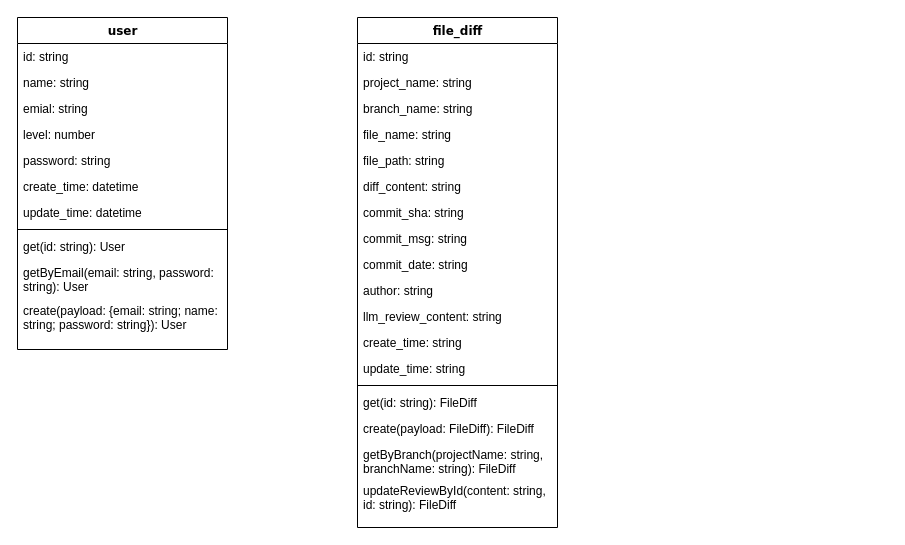
Before: chatgpt-codereview-db.drawio in leishuimiao/drawio, a draw.io diagram. Source tidied: cells renumbered, new cells numbered last; positions are measured from the earlier drawing's top-left corner, leaving out a move shared by most shapes. Both pictures are drawn from the tidied source at 100%, with x=0, y=0 at pixel (17, 17).
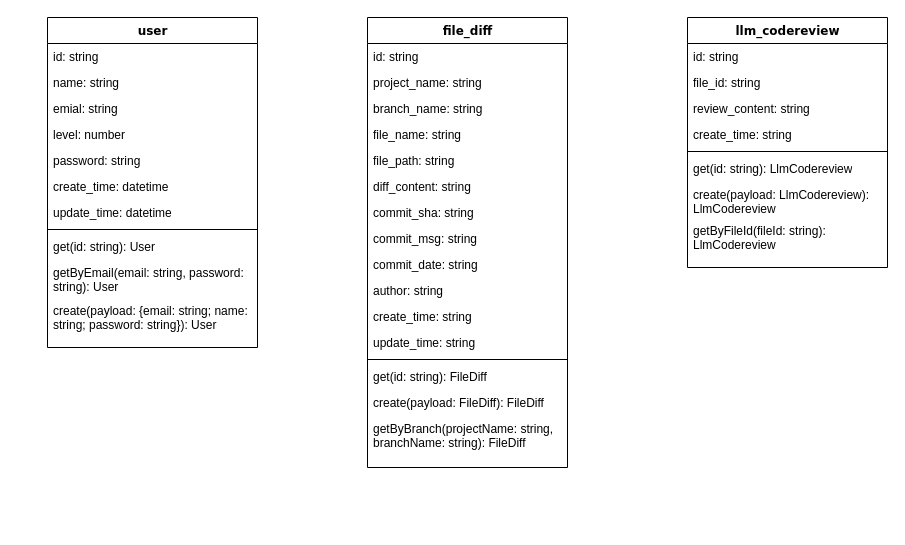
Above is the later version.

Change to the diagram source:
```diff
@@
     <mxCell id="2" value="user" style="swimlane;html=1;fontStyle=1;align=center;verticalAlign=top;horizontal=1;startSize=26;swimlaneFillColor=#ffffff;rounded=0;shadow=0;comic=0;labelBackgroundColor=none;strokeWidth=1;fillColor=none;fontFamily=Verdana;fontSize=12;" parent="1" vertex="1">
-      <mxGeometry width="210" height="332" as="geometry" />
+      <mxGeometry x="30" width="210" height="330" as="geometry" />
     </mxCell>
@@
     <mxCell id="13" value="create(payload: {email: string; name: string; password: string}): User" style="text;html=1;strokeColor=none;fillColor=none;align=left;verticalAlign=top;spacingLeft=4;spacingRight=4;whiteSpace=wrap;overflow=hidden;" parent="2" vertex="1">
-      <mxGeometry y="280" width="210" height="52" as="geometry" />
+      <mxGeometry y="280" width="210" height="40" as="geometry" />
     </mxCell>
     <mxCell id="14" value="file_diff" style="swimlane;html=1;fontStyle=1;align=center;verticalAlign=top;horizontal=1;startSize=26;swimlaneFillColor=#ffffff;rounded=0;shadow=0;comic=0;labelBackgroundColor=none;strokeWidth=1;fillColor=none;fontFamily=Verdana;fontSize=12;" parent="1" vertex="1">
-      <mxGeometry x="340" width="200" height="510" as="geometry" />
+      <mxGeometry x="350" width="200" height="450" as="geometry" />
     </mxCell>
@@
-    <mxCell id="25" value="llm_review_content: string" style="text;html=1;strokeColor=none;fillColor=none;align=left;verticalAlign=top;spacingLeft=4;spacingRight=4;whiteSpace=wrap;overflow=hidden;" parent="14" vertex="1">
-      <mxGeometry y="286" width="200" height="26" as="geometry" />
-    </mxCell>
     <mxCell id="26" value="create_time: string" style="text;html=1;strokeColor=none;fillColor=none;align=left;verticalAlign=top;spacingLeft=4;spacingRight=4;whiteSpace=wrap;overflow=hidden;" parent="14" vertex="1">
-      <mxGeometry y="312" width="200" height="26" as="geometry" />
+      <mxGeometry y="286" width="200" height="26" as="geometry" />
     </mxCell>
     <mxCell id="27" value="update_time: string" style="text;html=1;strokeColor=none;fillColor=none;align=left;verticalAlign=top;spacingLeft=4;spacingRight=4;whiteSpace=wrap;overflow=hidden;" parent="14" vertex="1">
-      <mxGeometry y="338" width="200" height="26" as="geometry" />
+      <mxGeometry y="312" width="200" height="26" as="geometry" />
     </mxCell>
     <mxCell id="28" style="line;html=1;strokeWidth=1;fillColor=none;align=left;verticalAlign=middle;spacingTop=-1;spacingLeft=3;spacingRight=3;labelPosition=right;" parent="14" vertex="1">
-      <mxGeometry y="364" width="200" height="8" as="geometry" />
+      <mxGeometry y="338" width="200" height="8" as="geometry" />
     </mxCell>
     <mxCell id="29" value="get(id: string): FileDiff" style="text;html=1;strokeColor=none;fillColor=none;align=left;verticalAlign=top;spacingLeft=4;spacingRight=4;whiteSpace=wrap;overflow=hidden;" parent="14" vertex="1">
-      <mxGeometry y="372" width="200" height="26" as="geometry" />
+      <mxGeometry y="346" width="200" height="26" as="geometry" />
     </mxCell>
     <mxCell id="30" value="create(payload: FileDiff): FileDiff" style="text;html=1;strokeColor=none;fillColor=none;align=left;verticalAlign=top;spacingLeft=4;spacingRight=4;whiteSpace=wrap;overflow=hidden;" parent="14" vertex="1">
-      <mxGeometry y="398" width="200" height="26" as="geometry" />
+      <mxGeometry y="372" width="200" height="26" as="geometry" />
     </mxCell>
     <mxCell id="31" value="getByBranch(projectName: string, branchName: string): FileDiff" style="text;html=1;strokeColor=none;fillColor=none;align=left;verticalAlign=top;spacingLeft=4;spacingRight=4;whiteSpace=wrap;overflow=hidden;" parent="14" vertex="1">
-      <mxGeometry y="424" width="200" height="36" as="geometry" />
+      <mxGeometry y="398" width="200" height="36" as="geometry" />
     </mxCell>
-    <mxCell id="32" value="updateReviewById(content: string, id: string): FileDiff" style="text;html=1;strokeColor=none;fillColor=none;align=left;verticalAlign=top;spacingLeft=4;spacingRight=4;whiteSpace=wrap;overflow=hidden;" parent="14" vertex="1">
-      <mxGeometry y="460" width="200" height="40" as="geometry" />
-    </mxCell>
+    <mxCell id="33" value="llm_codereview" style="swimlane;html=1;fontStyle=1;align=center;verticalAlign=top;horizontal=1;startSize=26;swimlaneFillColor=#ffffff;rounded=0;shadow=0;comic=0;labelBackgroundColor=none;strokeWidth=1;fillColor=none;fontFamily=Verdana;fontSize=12;" parent="1" vertex="1">
+      <mxGeometry x="670" width="200" height="250" as="geometry" />
+    </mxCell>
+    <mxCell id="34" value="id: string" style="text;html=1;strokeColor=none;fillColor=none;align=left;verticalAlign=top;spacingLeft=4;spacingRight=4;whiteSpace=wrap;overflow=hidden;" parent="33" vertex="1">
+      <mxGeometry y="26" width="200" height="26" as="geometry" />
+    </mxCell>
+    <mxCell id="35" value="file_id: string" style="text;html=1;strokeColor=none;fillColor=none;align=left;verticalAlign=top;spacingLeft=4;spacingRight=4;whiteSpace=wrap;overflow=hidden;" parent="33" vertex="1">
+      <mxGeometry y="52" width="200" height="26" as="geometry" />
+    </mxCell>
+    <mxCell id="36" value="review_content: string" style="text;html=1;strokeColor=none;fillColor=none;align=left;verticalAlign=top;spacingLeft=4;spacingRight=4;whiteSpace=wrap;overflow=hidden;" parent="33" vertex="1">
+      <mxGeometry y="78" width="200" height="26" as="geometry" />
+    </mxCell>
+    <mxCell id="37" value="create_time: string" style="text;html=1;strokeColor=none;fillColor=none;align=left;verticalAlign=top;spacingLeft=4;spacingRight=4;whiteSpace=wrap;overflow=hidden;" parent="33" vertex="1">
+      <mxGeometry y="104" width="200" height="26" as="geometry" />
+    </mxCell>
+    <mxCell id="38" style="line;html=1;strokeWidth=1;fillColor=none;align=left;verticalAlign=middle;spacingTop=-1;spacingLeft=3;spacingRight=3;labelPosition=right;" parent="33" vertex="1">
+      <mxGeometry y="130" width="200" height="8" as="geometry" />
+    </mxCell>
+    <mxCell id="39" value="get(id: string): LlmCodereview" style="text;html=1;strokeColor=none;fillColor=none;align=left;verticalAlign=top;spacingLeft=4;spacingRight=4;whiteSpace=wrap;overflow=hidden;" parent="33" vertex="1">
+      <mxGeometry y="138" width="200" height="26" as="geometry" />
+    </mxCell>
+    <mxCell id="40" value="create(payload: LlmCodereview): LlmCodereview" style="text;html=1;strokeColor=none;fillColor=none;align=left;verticalAlign=top;spacingLeft=4;spacingRight=4;whiteSpace=wrap;overflow=hidden;" parent="33" vertex="1">
+      <mxGeometry y="164" width="200" height="36" as="geometry" />
+    </mxCell>
+    <mxCell id="41" value="getByFileId(fileId: string): LlmCodereview" style="text;html=1;strokeColor=none;fillColor=none;align=left;verticalAlign=top;spacingLeft=4;spacingRight=4;whiteSpace=wrap;overflow=hidden;" parent="33" vertex="1">
+      <mxGeometry y="200" width="200" height="36" as="geometry" />
+    </mxCell>
```
